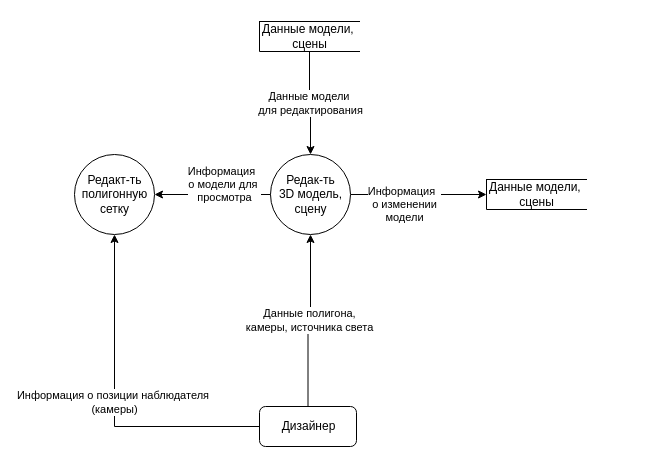
Above: page "Редактирование" (2 of 2) of module_2/DFD.drawio in SheinEA/gb_architect (draw.io), before the change. Source tidied: cells renumbered, new cells numbered last; positions are measured from the earlier drawing's top-left corner, leaving out a move shared by most shapes. Both pictures are drawn from the tidied source at 100%, with x=0, y=0 at pixel (74, 21).
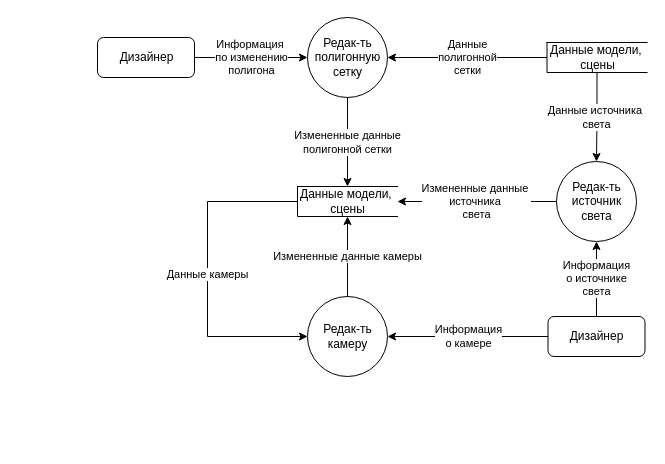
The same diagram, later.

The edit, as a diff of the source:
```diff
@@
 <mxGraphModel>
   <root>
     <mxCell id="0" />
     <mxCell id="1" parent="0" />
+    <mxCell id="4" value="Измененные данные&amp;nbsp;&lt;br&gt;источника&amp;nbsp;&lt;br&gt;света" style="edgeStyle=orthogonalEdgeStyle;rounded=0;jettySize=auto;html=1;" parent="1" edge="1" source="5" target="6">
+      <mxGeometry relative="1" as="geometry" />
+    </mxCell>
+    <mxCell id="5" value="&lt;span style=&quot;font-family: &amp;#34;helvetica&amp;#34;&quot;&gt;Редак-ть&lt;br&gt;источник &lt;br&gt;света&lt;br&gt;&lt;/span&gt;" style="shape=ellipse;html=1;dashed=0;whitespace=wrap;perimeter=ellipsePerimeter;" parent="1" vertex="1">
+      <mxGeometry x="482" y="140" width="80" height="80" as="geometry" />
+    </mxCell>
+    <mxCell id="12" value="Данные камеры" style="edgeStyle=orthogonalEdgeStyle;rounded=0;jettySize=auto;html=1;entryX=0;entryY=0.5;entryDx=0;entryDy=0;" parent="1" edge="1" source="6" target="16">
+      <mxGeometry relative="1" as="geometry">
+        <Array as="points">
+          <mxPoint x="133" y="180" />
+          <mxPoint x="133" y="315" />
+        </Array>
+      </mxGeometry>
+    </mxCell>
+    <mxCell id="6" value="Данные модели,&amp;nbsp;&lt;br&gt;сцены" style="html=1;dashed=0;whitespace=wrap;shape=partialRectangle;right=0;" parent="1" vertex="1">
+      <mxGeometry x="223" y="165" width="100" height="30" as="geometry" />
+    </mxCell>
+    <mxCell id="13" value="Измененные данные &lt;br&gt;полигонной сетки" style="edgeStyle=orthogonalEdgeStyle;rounded=0;jettySize=auto;html=1;entryX=0.5;entryY=0;entryDx=0;entryDy=0;" parent="1" edge="1" source="7" target="6">
+      <mxGeometry relative="1" as="geometry" />
+    </mxCell>
+    <mxCell id="7" value="Редак-ть&lt;br&gt;полигонную&lt;br&gt;сетку" style="shape=ellipse;html=1;dashed=0;whitespace=wrap;perimeter=ellipsePerimeter;" parent="1" vertex="1">
+      <mxGeometry x="233" y="-4" width="80" height="80" as="geometry" />
+    </mxCell>
+    <mxCell id="14" value="Информация &lt;br&gt;о камере" style="edgeStyle=orthogonalEdgeStyle;rounded=0;jettySize=auto;html=1;" parent="1" edge="1" source="11" target="16">
+      <mxGeometry relative="1" as="geometry" />
+    </mxCell>
+    <mxCell id="9" value="Информация&lt;br&gt;о источнике&lt;br&gt;света" style="edgeStyle=orthogonalEdgeStyle;rounded=0;jettySize=auto;html=1;" parent="1" edge="1" source="11" target="5">
+      <mxGeometry relative="1" as="geometry" />
+    </mxCell>
+    <mxCell id="11" value="Дизайнер" style="html=1;dashed=0;whitespace=wrap;rounded=1;" parent="1" vertex="1">
+      <mxGeometry x="473.5" y="295" width="97" height="40" as="geometry" />
+    </mxCell>
+    <mxCell id="15" value="Измененные данные камеры" style="edgeStyle=orthogonalEdgeStyle;rounded=0;jettySize=auto;html=1;" parent="1" edge="1" source="16" target="6">
+      <mxGeometry relative="1" as="geometry" />
+    </mxCell>
+    <mxCell id="16" value="&lt;span style=&quot;font-family: &amp;#34;helvetica&amp;#34;&quot;&gt;Редак-ть&lt;br&gt;камеру&lt;br&gt;&lt;/span&gt;" style="shape=ellipse;html=1;dashed=0;whitespace=wrap;perimeter=ellipsePerimeter;" parent="1" vertex="1">
+      <mxGeometry x="233" y="275" width="80" height="80" as="geometry" />
+    </mxCell>
+    <mxCell id="17" value="Информация&amp;nbsp;&lt;br&gt;по изменению&lt;br&gt;полигона" style="edgeStyle=orthogonalEdgeStyle;rounded=0;jettySize=auto;html=1;" parent="1" edge="1" source="18" target="7">
+      <mxGeometry relative="1" as="geometry" />
+    </mxCell>
+    <mxCell id="18" value="Дизайнер" style="html=1;dashed=0;whitespace=wrap;rounded=1;" parent="1" vertex="1">
+      <mxGeometry x="23" y="16" width="97" height="40" as="geometry" />
+    </mxCell>
+    <mxCell id="19" value="Данные &lt;br&gt;полигонной&lt;br&gt;сетки" style="edgeStyle=orthogonalEdgeStyle;rounded=0;jettySize=auto;html=1;" parent="1" edge="1" source="3" target="7">
+      <mxGeometry relative="1" as="geometry" />
+    </mxCell>
-    <mxCell id="2" value="Данные модели&amp;nbsp;&lt;br&gt;для редактирования" style="edgeStyle=orthogonalEdgeStyle;rounded=0;jettySize=auto;html=1;" parent="1" edge="1" source="3" target="5">
+    <mxCell id="2" value="Данные источника&amp;nbsp;&lt;br&gt;света" style="edgeStyle=orthogonalEdgeStyle;rounded=0;jettySize=auto;html=1;" parent="1" edge="1" source="3" target="5">
       <mxGeometry relative="1" as="geometry" />
     </mxCell>
     <mxCell id="3" value="Данные модели,&amp;nbsp;&lt;br&gt;сцены" style="html=1;dashed=0;whitespace=wrap;shape=partialRectangle;right=0;" parent="1" vertex="1">
-      <mxGeometry x="185" width="100" height="30" as="geometry" />
+      <mxGeometry x="472.5" y="21" width="100" height="30" as="geometry" />
     </mxCell>
-    <mxCell id="4" value="Информация&amp;nbsp;&amp;nbsp;&lt;br&gt;о изменении &lt;br&gt;модели" style="edgeStyle=orthogonalEdgeStyle;rounded=0;jettySize=auto;html=1;" parent="1" edge="1" source="5" target="6">
-      <mxGeometry x="-0.21" y="-10" relative="1" as="geometry" />
-    </mxCell>
-    <mxCell id="5" value="&lt;span style=&quot;font-family: &amp;#34;helvetica&amp;#34;&quot;&gt;Редак-ть&lt;br&gt;3D модель, &lt;br&gt;сцену&lt;/span&gt;" style="shape=ellipse;html=1;dashed=0;whitespace=wrap;perimeter=ellipsePerimeter;" parent="1" vertex="1">
-      <mxGeometry x="196" y="133" width="80" height="80" as="geometry" />
-    </mxCell>
-    <mxCell id="6" value="Данные модели,&amp;nbsp;&lt;br&gt;сцены" style="html=1;dashed=0;whitespace=wrap;shape=partialRectangle;right=0;" parent="1" vertex="1">
-      <mxGeometry x="412" y="158" width="100" height="30" as="geometry" />
-    </mxCell>
-    <mxCell id="7" value="Редакт-ть&lt;br&gt;полигонную&lt;br&gt;сетку" style="shape=ellipse;html=1;dashed=0;whitespace=wrap;perimeter=ellipsePerimeter;" parent="1" vertex="1">
-      <mxGeometry y="133" width="80" height="80" as="geometry" />
-    </mxCell>
-    <mxCell id="8" value="Информация&amp;nbsp;&amp;nbsp;&lt;br&gt;о модели для&amp;nbsp;&lt;br&gt;просмотра" style="edgeStyle=orthogonalEdgeStyle;rounded=0;jettySize=auto;html=1;" parent="1" edge="1" source="5" target="7">
-      <mxGeometry x="-0.21" y="-10" relative="1" as="geometry" />
-    </mxCell>
-    <mxCell id="9" value="Данные полигона, &lt;br&gt;камеры, источника света" style="edgeStyle=orthogonalEdgeStyle;rounded=0;jettySize=auto;html=1;" parent="1" edge="1" source="11" target="5">
-      <mxGeometry relative="1" as="geometry" />
-    </mxCell>
-    <mxCell id="10" value="Информация о позиции наблюдателя&amp;nbsp;&lt;br&gt;(камеры)" style="edgeStyle=orthogonalEdgeStyle;rounded=0;jettySize=auto;html=1;" parent="1" edge="1" source="11" target="7">
-      <mxGeometry relative="1" as="geometry">
-        <Array as="points">
-          <mxPoint x="40" y="405" />
-        </Array>
-      </mxGeometry>
-    </mxCell>
-    <mxCell id="11" value="Дизайнер" style="html=1;dashed=0;whitespace=wrap;rounded=1;" parent="1" vertex="1">
-      <mxGeometry x="185" y="385" width="97" height="40" as="geometry" />
-    </mxCell>
   </root>
 </mxGraphModel>
```
